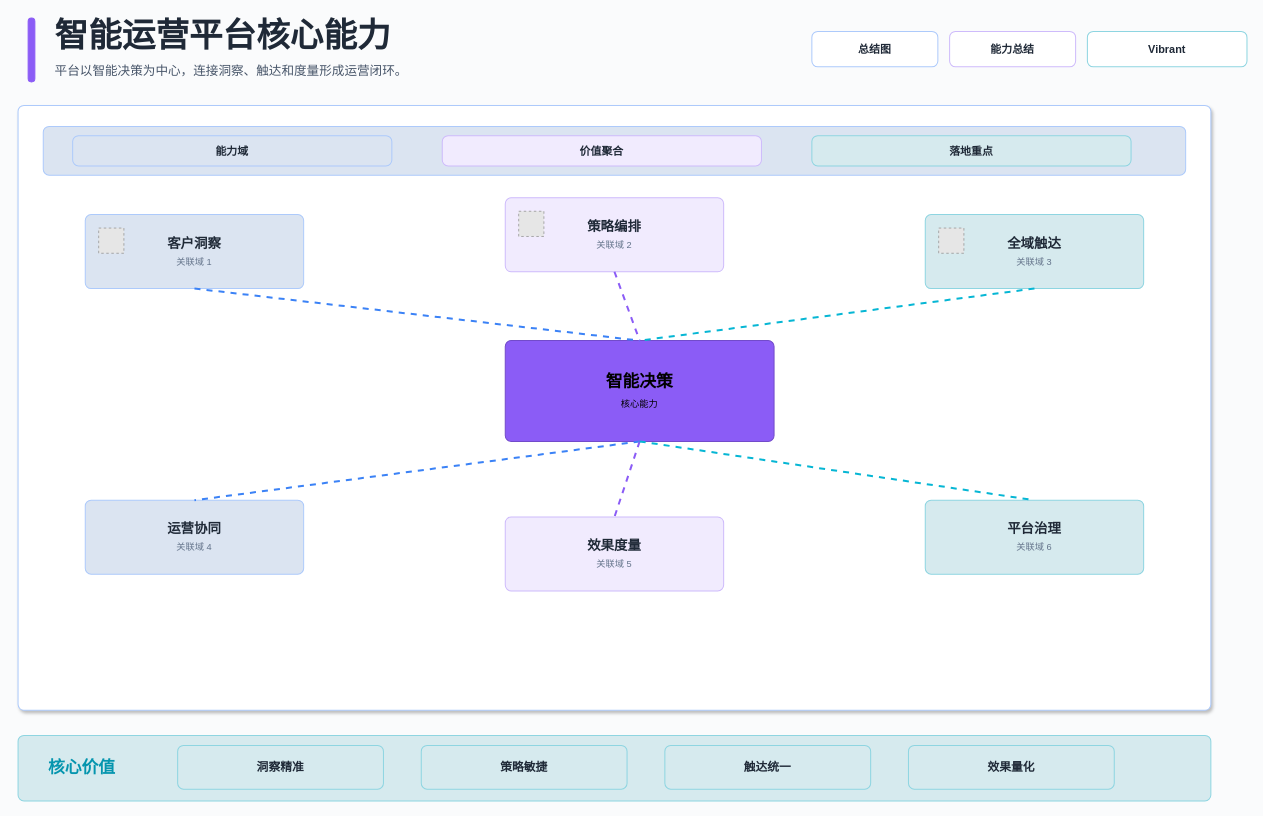
The draw.io diagram docs/xml-diagram/drawio/summary-vibrant-light-enterprise.drawio in BeWaterMyFriend7/SKILL-PROJECT, before the edit. Source tidied: cells renumbered, new cells numbered last; positions are measured from the earlier drawing's top-left corner, leaving out a move shared by most shapes. Both pictures are drawn from the tidied source at 84%, with x=0, y=0 at pixel (18, 14). Pictures stored in the file or linked from it are replaced by grey dashed boxes.
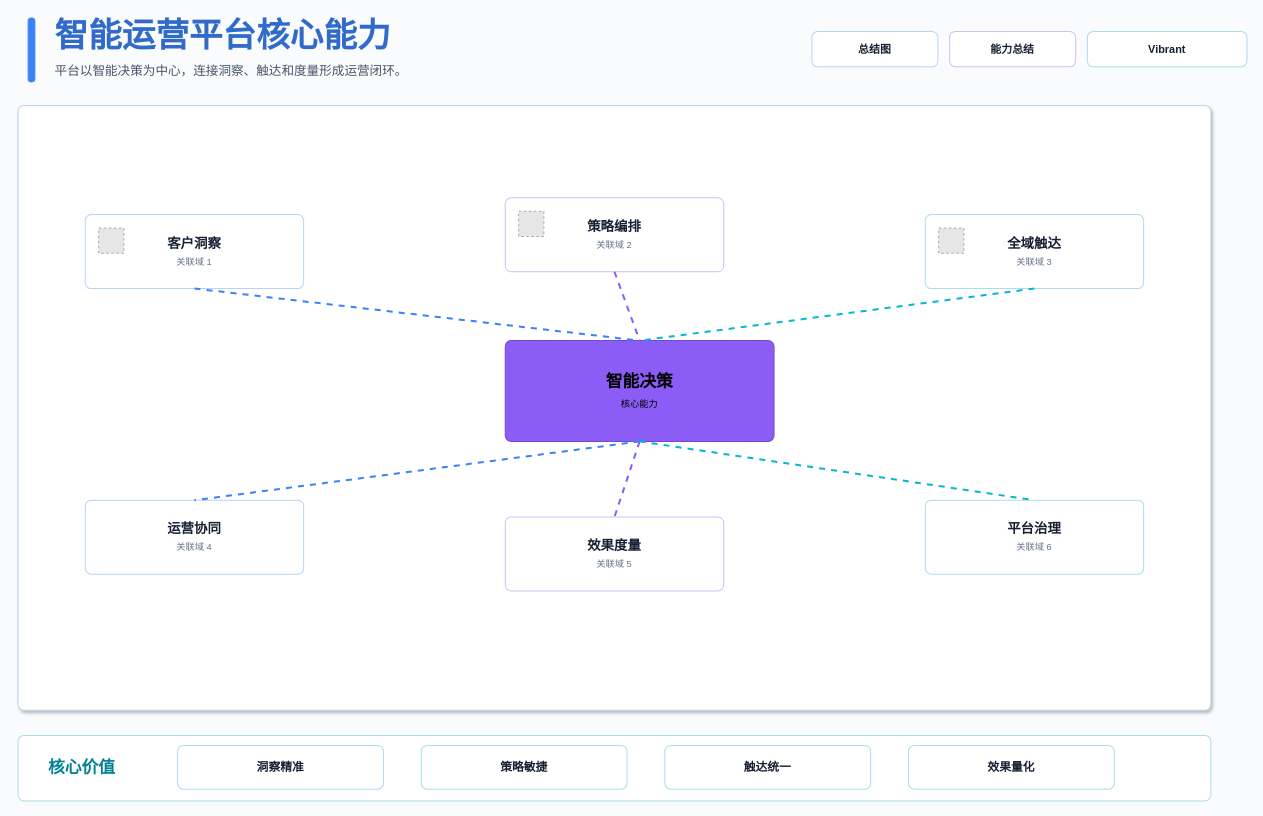
After the change.

Change to the diagram source:
```diff
@@
-    <mxCell id="2" style="rounded=1;absoluteArcSize=1;arcSize=14;whiteSpace=wrap;html=1;fillColor=#8B5CF6;strokeColor=#8B5CF6;strokeWidth=1.2;fontColor=#000000;fontSize=12;fontFamily=Microsoft YaHei;align=center;verticalAlign=middle;" parent="1" vertex="1">
+    <mxCell id="2" style="rounded=1;absoluteArcSize=1;arcSize=14;whiteSpace=wrap;html=1;fillColor=#3B82F6;strokeColor=#3B82F6;strokeWidth=1.2;fontColor=#000000;fontSize=12;fontFamily=Microsoft YaHei;align=center;verticalAlign=middle;" parent="1" vertex="1">
       <mxGeometry x="12" y="4" width="8" height="76" as="geometry" />
     </mxCell>
-    <mxCell id="3" value="智能运营平台核心能力" style="rounded=1;absoluteArcSize=1;arcSize=14;whiteSpace=wrap;html=1;fillColor=none;strokeColor=none;strokeWidth=1.2;fontColor=#1F2937;fontSize=40;fontFamily=Microsoft YaHei;align=left;verticalAlign=middle;fontStyle=1;" parent="1" vertex="1">
+    <mxCell id="3" value="智能运营平台核心能力" style="rounded=1;absoluteArcSize=1;arcSize=14;whiteSpace=wrap;html=1;fillColor=none;strokeColor=none;strokeWidth=1.2;fontColor=#306BCA;fontSize=40;fontFamily=Microsoft YaHei;align=left;verticalAlign=middle;fontStyle=1;" parent="1" vertex="1">
       <mxGeometry x="42" width="760" height="48" as="geometry" />
     </mxCell>
@@
-    <mxCell id="5" value="总结图" style="rounded=1;absoluteArcSize=1;arcSize=14;whiteSpace=wrap;html=1;fillColor=#FFFFFF;strokeColor=#ADCAFB;strokeWidth=1.2;fontColor=#1F2937;fontSize=13;fontFamily=Microsoft YaHei;align=center;verticalAlign=middle;fontStyle=1;" parent="1" vertex="1">
+    <mxCell id="5" value="总结图" style="rounded=1;absoluteArcSize=1;arcSize=14;whiteSpace=wrap;html=1;fillColor=#FFFFFF;strokeColor=#B8D3FA;strokeWidth=1.2;fontColor=#172033;fontSize=13;fontFamily=Microsoft YaHei;align=center;verticalAlign=middle;fontStyle=1;" parent="1" vertex="1">
       <mxGeometry x="945" y="20" width="150" height="42" as="geometry" />
     </mxCell>
-    <mxCell id="6" value="能力总结" style="rounded=1;absoluteArcSize=1;arcSize=14;whiteSpace=wrap;html=1;fillColor=#FFFFFF;strokeColor=#CEBBFB;strokeWidth=1.2;fontColor=#1F2937;fontSize=13;fontFamily=Microsoft YaHei;align=center;verticalAlign=middle;fontStyle=1;" parent="1" vertex="1">
+    <mxCell id="6" value="能力总结" style="rounded=1;absoluteArcSize=1;arcSize=14;whiteSpace=wrap;html=1;fillColor=#FFFFFF;strokeColor=#D2BFFA;strokeWidth=1.2;fontColor=#172033;fontSize=13;fontFamily=Microsoft YaHei;align=center;verticalAlign=middle;fontStyle=1;" parent="1" vertex="1">
       <mxGeometry x="1109" y="20" width="150" height="42" as="geometry" />
     </mxCell>
-    <mxCell id="7" value="Vibrant" style="rounded=1;absoluteArcSize=1;arcSize=14;whiteSpace=wrap;html=1;fillColor=#FFFFFF;strokeColor=#8ED5E1;strokeWidth=1.2;fontColor=#1F2937;fontSize=13;fontFamily=Microsoft YaHei;align=center;verticalAlign=middle;fontStyle=1;" parent="1" vertex="1">
+    <mxCell id="7" value="Vibrant" style="rounded=1;absoluteArcSize=1;arcSize=14;whiteSpace=wrap;html=1;fillColor=#FFFFFF;strokeColor=#A9DFE9;strokeWidth=1.2;fontColor=#172033;fontSize=13;fontFamily=Microsoft YaHei;align=center;verticalAlign=middle;fontStyle=1;" parent="1" vertex="1">
       <mxGeometry x="1273" y="20" width="190" height="42" as="geometry" />
     </mxCell>
-    <mxCell id="8" style="rounded=1;absoluteArcSize=1;arcSize=14;whiteSpace=wrap;html=1;fillColor=#FFFFFF;strokeColor=#ADCAFB;strokeWidth=1.2;fontColor=#1F2937;fontSize=15;fontFamily=Microsoft YaHei;align=center;verticalAlign=middle;shadow=1;" parent="1" vertex="1">
+    <mxCell id="8" style="rounded=1;absoluteArcSize=1;arcSize=14;whiteSpace=wrap;html=1;fillColor=#FFFFFF;strokeColor=#B8D3FA;strokeWidth=1.2;fontColor=#172033;fontSize=15;fontFamily=Microsoft YaHei;align=center;verticalAlign=middle;shadow=1;" parent="1" vertex="1">
       <mxGeometry y="108" width="1420" height="720" as="geometry" />
     </mxCell>
-    <mxCell id="9" style="rounded=1;absoluteArcSize=1;arcSize=14;whiteSpace=wrap;html=1;fillColor=#DBE4F1;strokeColor=#ADCAFB;strokeWidth=1.2;fontColor=#1F2937;fontSize=15;fontFamily=Microsoft YaHei;align=center;verticalAlign=middle;" parent="1" vertex="1">
-      <mxGeometry x="30" y="133" width="1360" height="58" as="geometry" />
-    </mxCell>
-    <mxCell id="10" value="&lt;b&gt;能力域&lt;/b&gt;" style="rounded=1;absoluteArcSize=1;arcSize=14;whiteSpace=wrap;html=1;fillColor=#DBE4F1;strokeColor=#ADCAFB;strokeWidth=1.2;fontColor=#1F2937;fontSize=13;fontFamily=Microsoft YaHei;align=center;verticalAlign=middle;" parent="1" vertex="1">
-      <mxGeometry x="65" y="144" width="380" height="36" as="geometry" />
-    </mxCell>
-    <mxCell id="11" value="&lt;b&gt;价值聚合&lt;/b&gt;" style="rounded=1;absoluteArcSize=1;arcSize=14;whiteSpace=wrap;html=1;fillColor=#F1EBFE;strokeColor=#CEBBFB;strokeWidth=1.2;fontColor=#1F2937;fontSize=13;fontFamily=Microsoft YaHei;align=center;verticalAlign=middle;" parent="1" vertex="1">
-      <mxGeometry x="505" y="144" width="380" height="36" as="geometry" />
-    </mxCell>
-    <mxCell id="12" value="&lt;b&gt;落地重点&lt;/b&gt;" style="rounded=1;absoluteArcSize=1;arcSize=14;whiteSpace=wrap;html=1;fillColor=#D6EAEE;strokeColor=#8ED5E1;strokeWidth=1.2;fontColor=#1F2937;fontSize=13;fontFamily=Microsoft YaHei;align=center;verticalAlign=middle;" parent="1" vertex="1">
-      <mxGeometry x="945" y="144" width="380" height="36" as="geometry" />
-    </mxCell>
-    <mxCell id="13" style="rounded=1;absoluteArcSize=1;arcSize=14;whiteSpace=wrap;html=1;fillColor=#D6EAEE;strokeColor=#8ED5E1;strokeWidth=1.2;fontColor=#1F2937;fontSize=15;fontFamily=Microsoft YaHei;align=center;verticalAlign=middle;" parent="1" vertex="1">
+    <mxCell id="13" style="rounded=1;absoluteArcSize=1;arcSize=14;whiteSpace=wrap;html=1;fillColor=#FFFFFF;strokeColor=#A9DFE9;strokeWidth=1.2;fontColor=#172033;fontSize=15;fontFamily=Microsoft YaHei;align=center;verticalAlign=middle;" parent="1" vertex="1">
       <mxGeometry y="858" width="1420" height="78" as="geometry" />
     </mxCell>
-    <mxCell id="14" value="&lt;b&gt;洞察精准&lt;/b&gt;" style="rounded=1;absoluteArcSize=1;arcSize=14;whiteSpace=wrap;html=1;fillColor=#D6EAEE;strokeColor=#8ED5E1;strokeWidth=1.2;fontColor=#1F2937;fontSize=14;fontFamily=Microsoft YaHei;align=center;verticalAlign=middle;" parent="1" vertex="1">
+    <mxCell id="14" value="&lt;b&gt;洞察精准&lt;/b&gt;" style="rounded=1;absoluteArcSize=1;arcSize=14;whiteSpace=wrap;html=1;fillColor=#FFFFFF;strokeColor=#A9DFE9;strokeWidth=1.2;fontColor=#172033;fontSize=14;fontFamily=Microsoft YaHei;align=center;verticalAlign=middle;" parent="1" vertex="1">
       <mxGeometry x="190" y="870" width="245" height="52" as="geometry" />
     </mxCell>
-    <mxCell id="15" value="&lt;b&gt;策略敏捷&lt;/b&gt;" style="rounded=1;absoluteArcSize=1;arcSize=14;whiteSpace=wrap;html=1;fillColor=#D6EAEE;strokeColor=#8ED5E1;strokeWidth=1.2;fontColor=#1F2937;fontSize=14;fontFamily=Microsoft YaHei;align=center;verticalAlign=middle;" parent="1" vertex="1">
+    <mxCell id="15" value="&lt;b&gt;策略敏捷&lt;/b&gt;" style="rounded=1;absoluteArcSize=1;arcSize=14;whiteSpace=wrap;html=1;fillColor=#FFFFFF;strokeColor=#A9DFE9;strokeWidth=1.2;fontColor=#172033;fontSize=14;fontFamily=Microsoft YaHei;align=center;verticalAlign=middle;" parent="1" vertex="1">
       <mxGeometry x="480" y="870" width="245" height="52" as="geometry" />
     </mxCell>
-    <mxCell id="16" value="&lt;b&gt;触达统一&lt;/b&gt;" style="rounded=1;absoluteArcSize=1;arcSize=14;whiteSpace=wrap;html=1;fillColor=#D6EAEE;strokeColor=#8ED5E1;strokeWidth=1.2;fontColor=#1F2937;fontSize=14;fontFamily=Microsoft YaHei;align=center;verticalAlign=middle;" parent="1" vertex="1">
+    <mxCell id="16" value="&lt;b&gt;触达统一&lt;/b&gt;" style="rounded=1;absoluteArcSize=1;arcSize=14;whiteSpace=wrap;html=1;fillColor=#FFFFFF;strokeColor=#A9DFE9;strokeWidth=1.2;fontColor=#172033;fontSize=14;fontFamily=Microsoft YaHei;align=center;verticalAlign=middle;" parent="1" vertex="1">
       <mxGeometry x="770" y="870" width="245" height="52" as="geometry" />
     </mxCell>
-    <mxCell id="17" value="&lt;b&gt;效果量化&lt;/b&gt;" style="rounded=1;absoluteArcSize=1;arcSize=14;whiteSpace=wrap;html=1;fillColor=#D6EAEE;strokeColor=#8ED5E1;strokeWidth=1.2;fontColor=#1F2937;fontSize=14;fontFamily=Microsoft YaHei;align=center;verticalAlign=middle;" parent="1" vertex="1">
+    <mxCell id="17" value="&lt;b&gt;效果量化&lt;/b&gt;" style="rounded=1;absoluteArcSize=1;arcSize=14;whiteSpace=wrap;html=1;fillColor=#FFFFFF;strokeColor=#A9DFE9;strokeWidth=1.2;fontColor=#172033;fontSize=14;fontFamily=Microsoft YaHei;align=center;verticalAlign=middle;" parent="1" vertex="1">
       <mxGeometry x="1060" y="870" width="245" height="52" as="geometry" />
     </mxCell>
@@
-    <mxCell id="19" value="&lt;b&gt;客户洞察&lt;/b&gt;&lt;br&gt;&lt;font style='font-size:11px;color:#64748B'&gt;关联域 1&lt;/font&gt;" style="rounded=1;absoluteArcSize=1;arcSize=14;whiteSpace=wrap;html=1;fillColor=#DBE4F1;strokeColor=#ADCAFB;strokeWidth=1.2;fontColor=#1F2937;fontSize=16;fontFamily=Microsoft YaHei;align=center;verticalAlign=middle;" parent="1" vertex="1">
+    <mxCell id="19" value="&lt;b&gt;客户洞察&lt;/b&gt;&lt;br&gt;&lt;font style='font-size:11px;color:#64748B'&gt;关联域 1&lt;/font&gt;" style="rounded=1;absoluteArcSize=1;arcSize=14;whiteSpace=wrap;html=1;fillColor=#FFFFFF;strokeColor=#B8D3FA;strokeWidth=1.2;fontColor=#172033;fontSize=16;fontFamily=Microsoft YaHei;align=center;verticalAlign=middle;" parent="1" vertex="1">
       <mxGeometry x="80" y="238" width="260" height="88" as="geometry" />
     </mxCell>
-    <mxCell id="20" value="&lt;b&gt;策略编排&lt;/b&gt;&lt;br&gt;&lt;font style='font-size:11px;color:#64748B'&gt;关联域 2&lt;/font&gt;" style="rounded=1;absoluteArcSize=1;arcSize=14;whiteSpace=wrap;html=1;fillColor=#F1EBFE;strokeColor=#CEBBFB;strokeWidth=1.2;fontColor=#1F2937;fontSize=16;fontFamily=Microsoft YaHei;align=center;verticalAlign=middle;" parent="1" vertex="1">
+    <mxCell id="20" value="&lt;b&gt;策略编排&lt;/b&gt;&lt;br&gt;&lt;font style='font-size:11px;color:#64748B'&gt;关联域 2&lt;/font&gt;" style="rounded=1;absoluteArcSize=1;arcSize=14;whiteSpace=wrap;html=1;fillColor=#FFFFFF;strokeColor=#D2BFFA;strokeWidth=1.2;fontColor=#172033;fontSize=16;fontFamily=Microsoft YaHei;align=center;verticalAlign=middle;" parent="1" vertex="1">
       <mxGeometry x="580" y="218" width="260" height="88" as="geometry" />
     </mxCell>
-    <mxCell id="21" value="&lt;b&gt;全域触达&lt;/b&gt;&lt;br&gt;&lt;font style='font-size:11px;color:#64748B'&gt;关联域 3&lt;/font&gt;" style="rounded=1;absoluteArcSize=1;arcSize=14;whiteSpace=wrap;html=1;fillColor=#D6EAEE;strokeColor=#8ED5E1;strokeWidth=1.2;fontColor=#1F2937;fontSize=16;fontFamily=Microsoft YaHei;align=center;verticalAlign=middle;" parent="1" vertex="1">
+    <mxCell id="21" value="&lt;b&gt;全域触达&lt;/b&gt;&lt;br&gt;&lt;font style='font-size:11px;color:#64748B'&gt;关联域 3&lt;/font&gt;" style="rounded=1;absoluteArcSize=1;arcSize=14;whiteSpace=wrap;html=1;fillColor=#FFFFFF;strokeColor=#A9DFE9;strokeWidth=1.2;fontColor=#172033;fontSize=16;fontFamily=Microsoft YaHei;align=center;verticalAlign=middle;" parent="1" vertex="1">
       <mxGeometry x="1080" y="238" width="260" height="88" as="geometry" />
     </mxCell>
-    <mxCell id="22" value="&lt;b&gt;运营协同&lt;/b&gt;&lt;br&gt;&lt;font style='font-size:11px;color:#64748B'&gt;关联域 4&lt;/font&gt;" style="rounded=1;absoluteArcSize=1;arcSize=14;whiteSpace=wrap;html=1;fillColor=#DBE4F1;strokeColor=#ADCAFB;strokeWidth=1.2;fontColor=#1F2937;fontSize=16;fontFamily=Microsoft YaHei;align=center;verticalAlign=middle;" parent="1" vertex="1">
+    <mxCell id="22" value="&lt;b&gt;运营协同&lt;/b&gt;&lt;br&gt;&lt;font style='font-size:11px;color:#64748B'&gt;关联域 4&lt;/font&gt;" style="rounded=1;absoluteArcSize=1;arcSize=14;whiteSpace=wrap;html=1;fillColor=#FFFFFF;strokeColor=#B8D3FA;strokeWidth=1.2;fontColor=#172033;fontSize=16;fontFamily=Microsoft YaHei;align=center;verticalAlign=middle;" parent="1" vertex="1">
       <mxGeometry x="80" y="578" width="260" height="88" as="geometry" />
     </mxCell>
-    <mxCell id="23" value="&lt;b&gt;效果度量&lt;/b&gt;&lt;br&gt;&lt;font style='font-size:11px;color:#64748B'&gt;关联域 5&lt;/font&gt;" style="rounded=1;absoluteArcSize=1;arcSize=14;whiteSpace=wrap;html=1;fillColor=#F1EBFE;strokeColor=#CEBBFB;strokeWidth=1.2;fontColor=#1F2937;fontSize=16;fontFamily=Microsoft YaHei;align=center;verticalAlign=middle;" parent="1" vertex="1">
+    <mxCell id="23" value="&lt;b&gt;效果度量&lt;/b&gt;&lt;br&gt;&lt;font style='font-size:11px;color:#64748B'&gt;关联域 5&lt;/font&gt;" style="rounded=1;absoluteArcSize=1;arcSize=14;whiteSpace=wrap;html=1;fillColor=#FFFFFF;strokeColor=#D2BFFA;strokeWidth=1.2;fontColor=#172033;fontSize=16;fontFamily=Microsoft YaHei;align=center;verticalAlign=middle;" parent="1" vertex="1">
       <mxGeometry x="580" y="598" width="260" height="88" as="geometry" />
     </mxCell>
-    <mxCell id="24" value="&lt;b&gt;平台治理&lt;/b&gt;&lt;br&gt;&lt;font style='font-size:11px;color:#64748B'&gt;关联域 6&lt;/font&gt;" style="rounded=1;absoluteArcSize=1;arcSize=14;whiteSpace=wrap;html=1;fillColor=#D6EAEE;strokeColor=#8ED5E1;strokeWidth=1.2;fontColor=#1F2937;fontSize=16;fontFamily=Microsoft YaHei;align=center;verticalAlign=middle;" parent="1" vertex="1">
+    <mxCell id="24" value="&lt;b&gt;平台治理&lt;/b&gt;&lt;br&gt;&lt;font style='font-size:11px;color:#64748B'&gt;关联域 6&lt;/font&gt;" style="rounded=1;absoluteArcSize=1;arcSize=14;whiteSpace=wrap;html=1;fillColor=#FFFFFF;strokeColor=#A9DFE9;strokeWidth=1.2;fontColor=#172033;fontSize=16;fontFamily=Microsoft YaHei;align=center;verticalAlign=middle;" parent="1" vertex="1">
       <mxGeometry x="1080" y="578" width="260" height="88" as="geometry" />
     </mxCell>
-    <mxCell id="25" value="核心价值" style="rounded=1;absoluteArcSize=1;arcSize=14;whiteSpace=wrap;html=1;fillColor=none;strokeColor=none;strokeWidth=1.2;fontColor=#0595AE;fontSize=20;fontFamily=Microsoft YaHei;align=left;verticalAlign=middle;fontStyle=1;" parent="1" vertex="1">
+    <mxCell id="25" value="核心价值" style="rounded=1;absoluteArcSize=1;arcSize=14;whiteSpace=wrap;html=1;fillColor=none;strokeColor=none;strokeWidth=1.2;fontColor=#047F94;fontSize=20;fontFamily=Microsoft YaHei;align=left;verticalAlign=middle;fontStyle=1;" parent="1" vertex="1">
       <mxGeometry x="34" y="874" width="130" height="42" as="geometry" />
     </mxCell>
```
